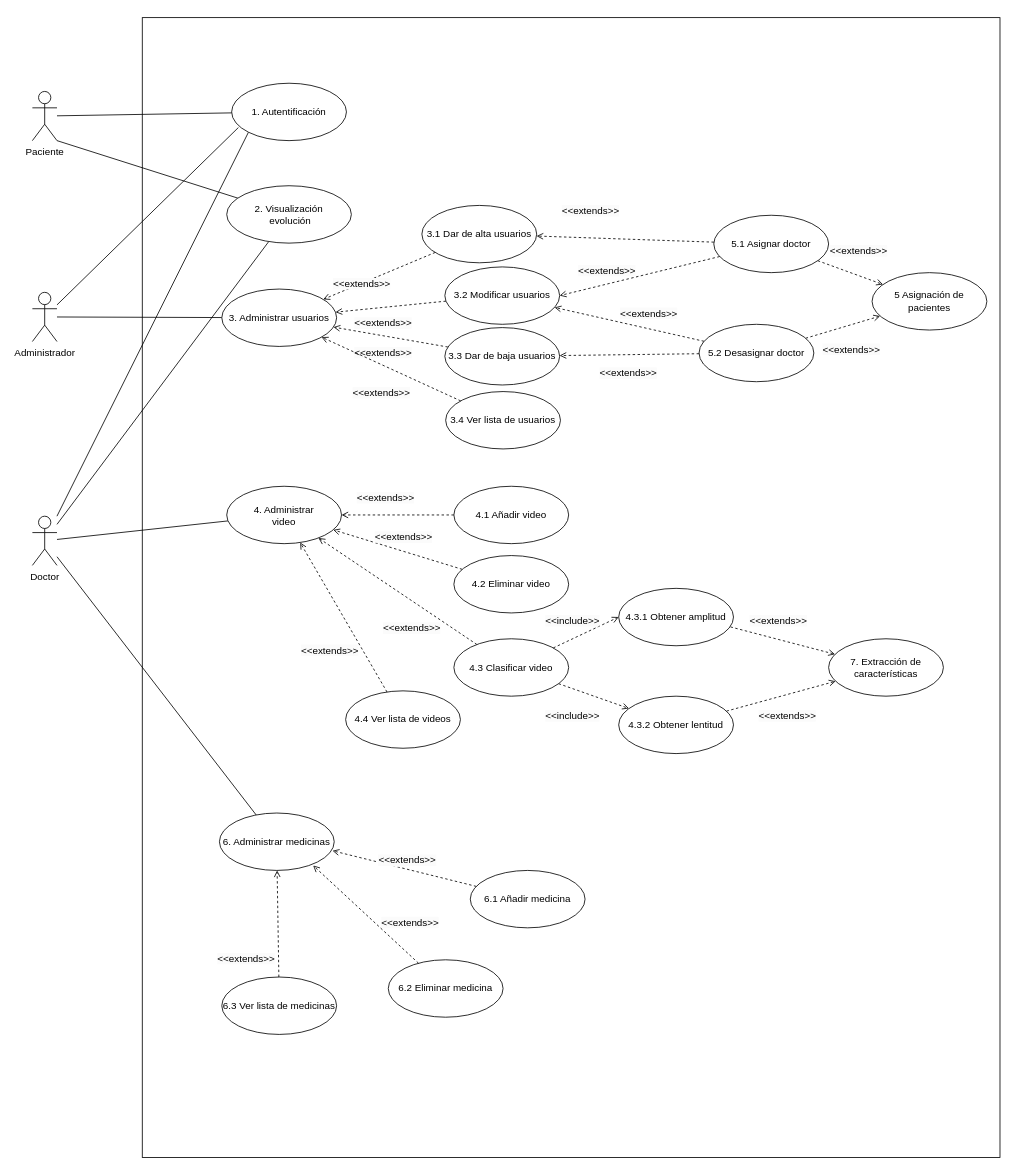
Above: doc/schematics/DiagramaCasosDeUso.drawio in JornezMM/PDAIvolution (draw.io), before the change. Source tidied: cells renumbered, new cells numbered last; positions are measured from the earlier drawing's top-left corner, leaving out a move shared by most shapes. Both pictures are drawn from the tidied source at 82%, with x=0, y=0 at pixel (32, 17).
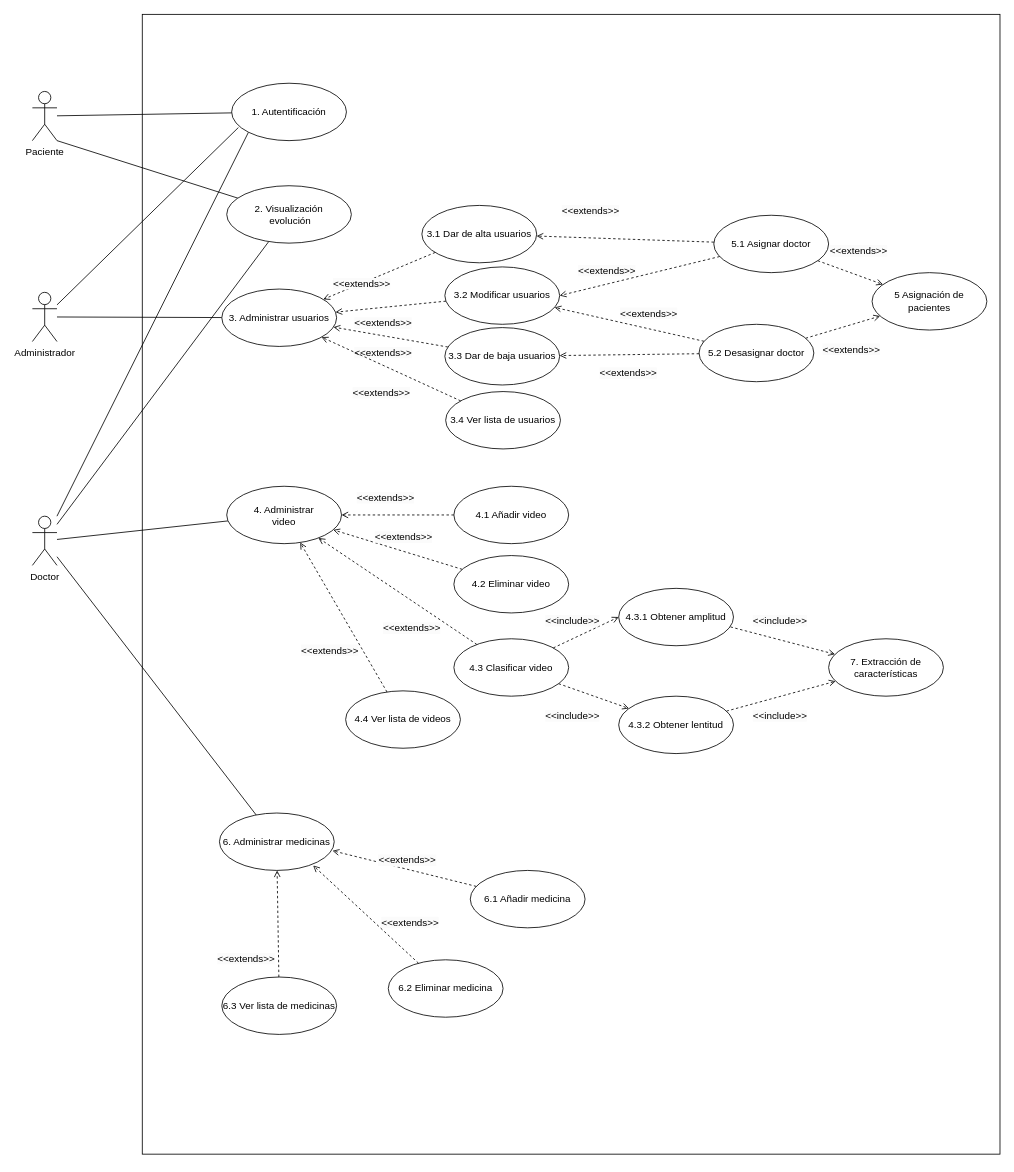
The same diagram, later.

What changed in the source:
```diff
@@
     <mxCell id="2" style="rounded=0;whiteSpace=wrap;html=1;fillColor=default;" parent="1" vertex="1">
-      <mxGeometry x="134" width="1046" height="1390" as="geometry" />
+      <mxGeometry x="134" y="-4" width="1046" height="1390" as="geometry" />
     </mxCell>
@@
-    <mxCell id="45" value="&lt;span style=&quot;color: rgb(0, 0, 0); font-family: Helvetica; font-size: 12px; font-style: normal; font-variant-ligatures: normal; font-variant-caps: normal; font-weight: 400; letter-spacing: normal; orphans: 2; text-align: center; text-indent: 0px; text-transform: none; widows: 2; word-spacing: 0px; -webkit-text-stroke-width: 0px; background-color: rgb(251, 251, 251); text-decoration-thickness: initial; text-decoration-style: initial; text-decoration-color: initial; float: none; display: inline !important;&quot;&gt;&amp;lt;&amp;lt;extends&amp;gt;&amp;gt;&lt;/span&gt;" style="text;whiteSpace=wrap;html=1;" parent="1" vertex="1">
-      <mxGeometry x="884" y="838" width="98" height="36" as="geometry" />
-    </mxCell>
@@
-    <mxCell id="57" value="&lt;span style=&quot;color: rgb(0, 0, 0); font-family: Helvetica; font-size: 12px; font-style: normal; font-variant-ligatures: normal; font-variant-caps: normal; font-weight: 400; letter-spacing: normal; orphans: 2; text-align: center; text-indent: 0px; text-transform: none; widows: 2; word-spacing: 0px; -webkit-text-stroke-width: 0px; background-color: rgb(251, 251, 251); text-decoration-thickness: initial; text-decoration-style: initial; text-decoration-color: initial; float: none; display: inline !important;&quot;&gt;&amp;lt;&amp;lt;extends&amp;gt;&amp;gt;&lt;/span&gt;" style="text;whiteSpace=wrap;html=1;" parent="1" vertex="1">
-      <mxGeometry x="873" y="721.5" width="98" height="36" as="geometry" />
-    </mxCell>
@@
+    <mxCell id="78" value="&lt;span style=&quot;color: rgb(0, 0, 0); font-family: Helvetica; font-size: 12px; font-style: normal; font-variant-ligatures: normal; font-variant-caps: normal; font-weight: 400; letter-spacing: normal; orphans: 2; text-align: center; text-indent: 0px; text-transform: none; widows: 2; word-spacing: 0px; -webkit-text-stroke-width: 0px; background-color: rgb(251, 251, 251); text-decoration-thickness: initial; text-decoration-style: initial; text-decoration-color: initial; float: none; display: inline !important;&quot;&gt;&amp;lt;&amp;lt;include&amp;gt;&amp;gt;&lt;/span&gt;" style="text;whiteSpace=wrap;html=1;" parent="1" vertex="1">
+      <mxGeometry x="877" y="721.5" width="94" height="36" as="geometry" />
+    </mxCell>
+    <mxCell id="79" value="&lt;span style=&quot;color: rgb(0, 0, 0); font-family: Helvetica; font-size: 12px; font-style: normal; font-variant-ligatures: normal; font-variant-caps: normal; font-weight: 400; letter-spacing: normal; orphans: 2; text-align: center; text-indent: 0px; text-transform: none; widows: 2; word-spacing: 0px; -webkit-text-stroke-width: 0px; background-color: rgb(251, 251, 251); text-decoration-thickness: initial; text-decoration-style: initial; text-decoration-color: initial; float: none; display: inline !important;&quot;&gt;&amp;lt;&amp;lt;include&amp;gt;&amp;gt;&lt;/span&gt;" style="text;whiteSpace=wrap;html=1;" parent="1" vertex="1">
+      <mxGeometry x="877" y="838" width="94" height="32" as="geometry" />
+    </mxCell>
```
